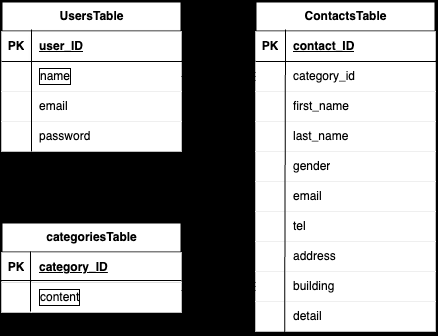
Earlier version of the draw.io export ER.drawio.png (tamurakasumi/tamura-kadai1). Source tidied: cells renumbered, new cells last; positions are measured from the earlier drawing's top-left corner, leaving out a move shared by most shapes.
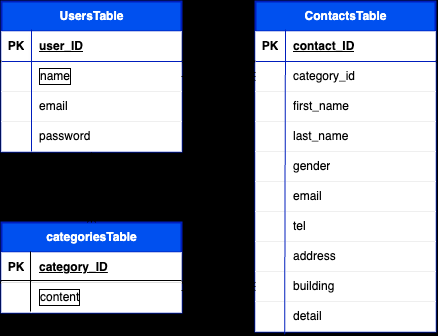
After the commit.

Change to the diagram source:
```diff
@@ -2,7 +2,7 @@
   <root>
     <mxCell id="0" />
     <mxCell id="1" parent="0" />
-    <mxCell id="2" value="UsersTable" style="shape=table;startSize=30;rowLines=0;fontStyle=1;align=center;html=1;strokeColor=light-dark(#000000,#000000);fontColor=light-dark(#000000,#FFFFFF);strokeWidth=2;" parent="1" vertex="1">
+    <mxCell id="2" value="UsersTable" style="shape=table;startSize=30;rowLines=0;fontStyle=1;align=center;html=1;strokeColor=light-dark(#001DBC,#3399FF);fontColor=#ffffff;strokeWidth=2;fillColor=#0050ef;" parent="1" vertex="1">
       <mxGeometry x="1" width="180" height="150" as="geometry" />
     </mxCell>
     <mxCell id="3" style="shape=tableRow;horizontal=0;startSize=0;swimlaneHead=0;swimlaneBody=0;fillColor=light-dark(#FFFFFF,#FFFFFF);top=0;left=0;right=0;bottom=1;strokeColor=light-dark(#000000,#000000);fontColor=light-dark(#000000,#000000);strokeWidth=2;perimeterSpacing=2;" parent="2" vertex="1">
@@ -41,7 +41,7 @@
     <mxCell id="14" value="password" style="shape=partialRectangle;fillColor=light-dark(#FFFFFF,#FFFFFF);top=0;left=0;bottom=0;right=0;align=left;spacingLeft=6;overflow=hidden;whiteSpace=wrap;html=1;strokeColor=light-dark(#000000,#000000);fontColor=light-dark(#000000,#000000);strokeWidth=2;" parent="12" vertex="1">
       <mxGeometry x="30" width="150" height="30" as="geometry" />
     </mxCell>
-    <mxCell id="15" value="ContactsTable" style="shape=table;startSize=30;rowLines=0;fontStyle=1;align=center;html=1;strokeColor=light-dark(#000000,#000000);fontColor=light-dark(#000000,#FFFFFF);strokeWidth=2;" parent="1" vertex="1">
+    <mxCell id="15" value="ContactsTable" style="shape=table;startSize=30;rowLines=0;fontStyle=1;align=center;html=1;strokeColor=light-dark(#001DBC,#007FFF);fontColor=#ffffff;strokeWidth=2;fillColor=#0050ef;" parent="1" vertex="1">
       <mxGeometry x="255" width="180" height="330" as="geometry" />
     </mxCell>
     <mxCell id="16" style="shape=tableRow;horizontal=0;startSize=0;swimlaneHead=0;swimlaneBody=0;fillColor=light-dark(#FFFFFF,#FFFFFF);top=0;left=0;right=0;bottom=1;strokeColor=light-dark(#000000,#000000);fontColor=light-dark(#000000,#000000);strokeWidth=2;" parent="15" vertex="1">
@@ -134,33 +134,33 @@
     <mxCell id="45" value="detail" style="shape=partialRectangle;fillColor=light-dark(#FFFFFF,#FFFFFF);top=0;left=0;bottom=0;right=0;align=left;spacingLeft=6;overflow=hidden;whiteSpace=wrap;html=1;strokeColor=light-dark(#000000,#000000);fontColor=light-dark(#000000,#000000);strokeWidth=2;" parent="43" vertex="1">
       <mxGeometry x="30" width="150" height="30" as="geometry" />
     </mxCell>
-    <mxCell id="46" style="endArrow=none;html=1;rounded=0;fontColor=light-dark(#000000,#000000);strokeColor=light-dark(#000000,#000000);strokeWidth=1;entryX=0.162;entryY=1.091;entryDx=0;entryDy=0;entryPerimeter=0;" parent="15" edge="1" target="43">
+    <mxCell id="46" style="endArrow=none;html=1;rounded=0;fontColor=light-dark(#000000,#000000);strokeColor=light-dark(#001DBC,#3399FF);strokeWidth=1;entryX=0.162;entryY=1.091;entryDx=0;entryDy=0;entryPerimeter=0;fillColor=#0050ef;" parent="15" edge="1" target="43">
       <mxGeometry relative="1" as="geometry">
         <mxPoint x="30" y="28" as="sourcePoint" />
       </mxGeometry>
     </mxCell>
-    <mxCell id="47" style="edgeStyle=entityRelationEdgeStyle;fontSize=12;html=1;endArrow=ERzeroToMany;startArrow=ERmandOne;exitX=1;exitY=0.5;exitDx=0;exitDy=0;entryX=0;entryY=0.5;entryDx=0;entryDy=0;strokeColor=light-dark(#000000,#000000);fontColor=light-dark(#000000,#000000);endFill=0;" parent="1" edge="1" source="6" target="19">
+    <mxCell id="47" style="edgeStyle=entityRelationEdgeStyle;fontSize=12;html=1;endArrow=ERzeroToMany;startArrow=ERmandOne;exitX=1;exitY=0.5;exitDx=0;exitDy=0;entryX=0;entryY=0.5;entryDx=0;entryDy=0;strokeColor=light-dark(#000000,#66B2FF);fontColor=light-dark(#000000,#000000);endFill=0;" parent="1" edge="1" source="6" target="19">
       <mxGeometry relative="1" as="geometry" />
     </mxCell>
-    <mxCell id="48" style="endArrow=none;html=1;rounded=1;fontColor=light-dark(#000000,#000000);strokeColor=light-dark(#000000,#000000);curved=0;" parent="1" edge="1">
+    <mxCell id="48" style="endArrow=none;html=1;rounded=1;fontColor=light-dark(#000000,#000000);strokeColor=light-dark(#001DBC,#3399FF);curved=0;fillColor=#0050ef;" parent="1" edge="1">
       <mxGeometry relative="1" as="geometry">
         <mxPoint x="1" y="60" as="sourcePoint" />
         <mxPoint x="182" y="60" as="targetPoint" />
       </mxGeometry>
     </mxCell>
-    <mxCell id="49" style="endArrow=none;html=1;rounded=0;fontColor=light-dark(#000000,#000000);strokeColor=light-dark(#000000,#000000);strokeWidth=1;" parent="1" edge="1">
+    <mxCell id="49" style="endArrow=none;html=1;rounded=0;fontColor=light-dark(#000000,#000000);strokeColor=light-dark(#001DBC,#3399FF);strokeWidth=1;fillColor=#0050ef;" parent="1" edge="1">
       <mxGeometry relative="1" as="geometry">
         <mxPoint x="255" y="60" as="sourcePoint" />
         <mxPoint x="436" y="60" as="targetPoint" />
       </mxGeometry>
     </mxCell>
-    <mxCell id="50" style="endArrow=none;html=1;rounded=0;fontColor=light-dark(#000000,#000000);strokeColor=light-dark(#000000,#000000);strokeWidth=1;" parent="1" edge="1">
+    <mxCell id="50" style="endArrow=none;html=1;rounded=0;fontColor=light-dark(#000000,#000000);strokeColor=light-dark(#001DBC,#3399FF);strokeWidth=1;fillColor=#0050ef;" parent="1" edge="1">
       <mxGeometry relative="1" as="geometry">
         <mxPoint x="31" y="28" as="sourcePoint" />
         <mxPoint x="31" y="150" as="targetPoint" />
       </mxGeometry>
     </mxCell>
-    <mxCell id="51" value="categoriesTable" style="shape=table;startSize=30;rowLines=0;fontStyle=1;align=center;html=1;strokeColor=light-dark(#000000,#000000);fontColor=light-dark(#000000,#FFFFFF);strokeWidth=2;" parent="1" vertex="1">
+    <mxCell id="51" value="categoriesTable" style="shape=table;startSize=30;rowLines=0;fontStyle=1;align=center;html=1;strokeColor=light-dark(#001DBC,#3399FF);fontColor=#ffffff;strokeWidth=2;fillColor=#0050ef;" parent="1" vertex="1">
       <mxGeometry x="1" y="221" width="180" height="90" as="geometry" />
     </mxCell>
     <mxCell id="52" style="shape=tableRow;horizontal=0;startSize=0;swimlaneHead=0;swimlaneBody=0;fillColor=light-dark(#FFFFFF,#FFFFFF);top=0;left=0;right=0;bottom=1;strokeColor=light-dark(#000000,#000000);fontColor=light-dark(#000000,#000000);strokeWidth=2;perimeterSpacing=2;" parent="51" vertex="1">
@@ -181,24 +181,24 @@
     <mxCell id="57" value="content" style="shape=partialRectangle;fillColor=light-dark(#FFFFFF,#FFFFFF);top=0;left=0;bottom=0;right=0;align=left;spacingLeft=6;overflow=hidden;whiteSpace=wrap;html=1;strokeColor=light-dark(#000000,#000000);fontColor=light-dark(#000000,#000000);strokeWidth=2;labelBorderColor=default;" parent="55" vertex="1">
       <mxGeometry x="30" width="150" height="30" as="geometry" />
     </mxCell>
-    <mxCell id="58" style="endArrow=none;html=1;rounded=1;fontColor=light-dark(#000000,#000000);strokeColor=light-dark(#000000,#000000);curved=0;" parent="1" edge="1">
+    <mxCell id="58" style="endArrow=none;html=1;rounded=1;fontColor=light-dark(#000000,#000000);strokeColor=light-dark(#000000,#3399FF);curved=0;" parent="1" edge="1">
       <mxGeometry relative="1" as="geometry">
         <mxPoint y="279" as="sourcePoint" />
         <mxPoint x="181" y="279" as="targetPoint" />
       </mxGeometry>
     </mxCell>
-    <mxCell id="59" style="endArrow=none;html=1;rounded=0;fontColor=light-dark(#000000,#000000);strokeColor=light-dark(#000000,#000000);strokeWidth=1;" parent="1" edge="1">
+    <mxCell id="59" style="endArrow=none;html=1;rounded=0;fontColor=light-dark(#000000,#000000);strokeColor=light-dark(#000000,#3399FF);strokeWidth=1;" parent="1" edge="1">
       <mxGeometry relative="1" as="geometry">
         <mxPoint x="30" y="250" as="sourcePoint" />
         <mxPoint x="30" y="310" as="targetPoint" />
       </mxGeometry>
     </mxCell>
-    <mxCell id="60" style="fontSize=12;html=1;endArrow=ERzeroToMany;startArrow=ERmandOne;entryX=0.5;entryY=0;entryDx=0;entryDy=0;strokeColor=light-dark(#000000,#000000);fontColor=light-dark(#000000,#000000);endFill=0;" parent="1" edge="1" target="51">
+    <mxCell id="60" style="fontSize=12;html=1;endArrow=ERzeroToMany;startArrow=ERmandOne;entryX=0.5;entryY=0;entryDx=0;entryDy=0;strokeColor=light-dark(#000000,#66B2FF);fontColor=light-dark(#000000,#000000);endFill=0;" parent="1" edge="1" target="51">
       <mxGeometry relative="1" as="geometry">
         <mxPoint x="91" y="151" as="sourcePoint" />
       </mxGeometry>
     </mxCell>
-    <mxCell id="61" style="edgeStyle=entityRelationEdgeStyle;fontSize=12;html=1;endArrow=ERzeroToMany;startArrow=ERmandOne;strokeColor=light-dark(#000000,#000000);fontColor=light-dark(#000000,#000000);endFill=0;entryX=0;entryY=0.5;entryDx=0;entryDy=0;" parent="1" edge="1" target="40">
+    <mxCell id="61" style="edgeStyle=entityRelationEdgeStyle;fontSize=12;html=1;endArrow=ERzeroToMany;startArrow=ERmandOne;strokeColor=light-dark(#000000,#66B2FF);fontColor=light-dark(#000000,#000000);endFill=0;entryX=0;entryY=0.5;entryDx=0;entryDy=0;" parent="1" edge="1" target="40">
       <mxGeometry relative="1" as="geometry">
         <mxPoint x="181" y="289" as="sourcePoint" />
       </mxGeometry>
```
